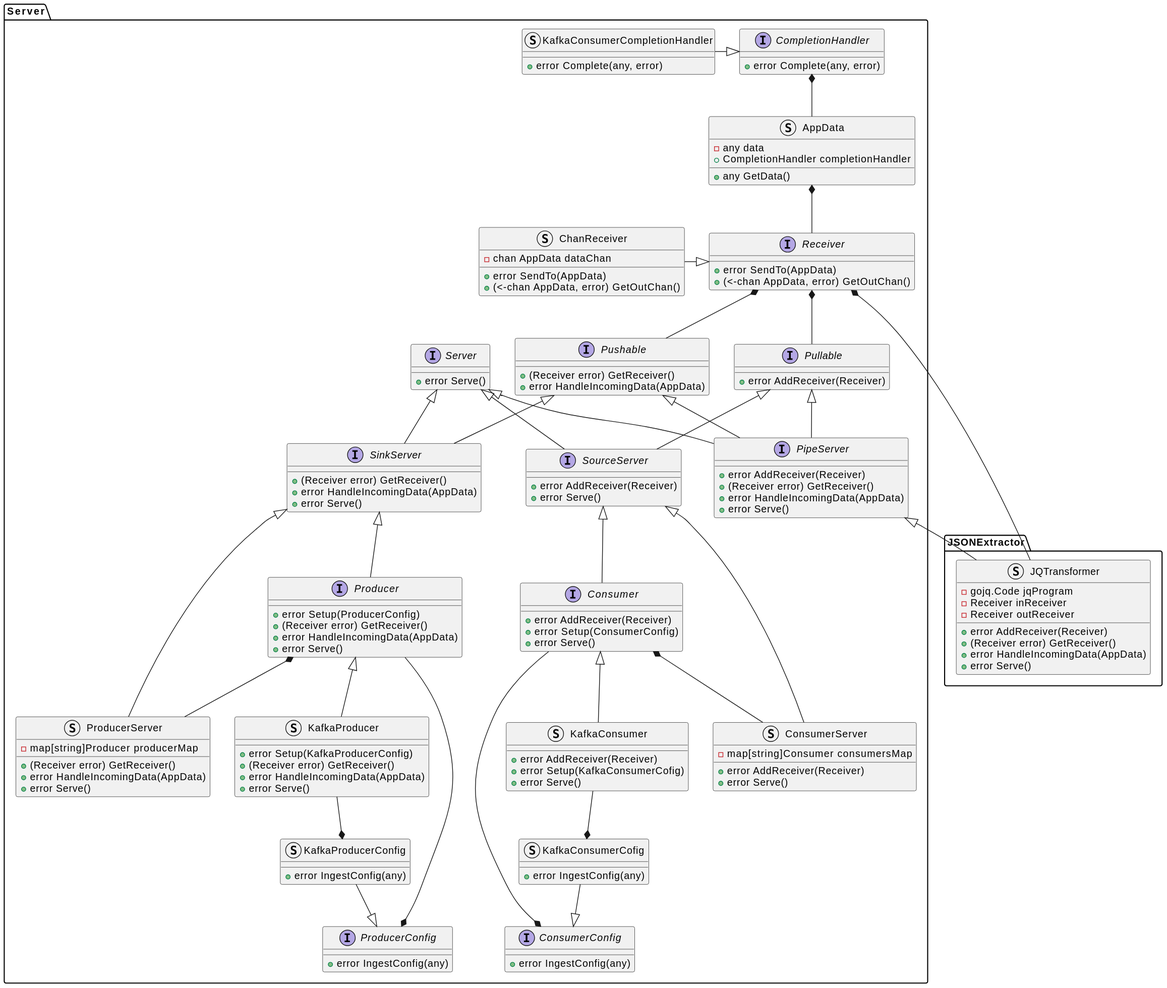
Before: docs/design_notes/DN1_JSON_Extractor/class_diagram.svg, a diagram exported from PlantUML (xtuml/otel2pv).
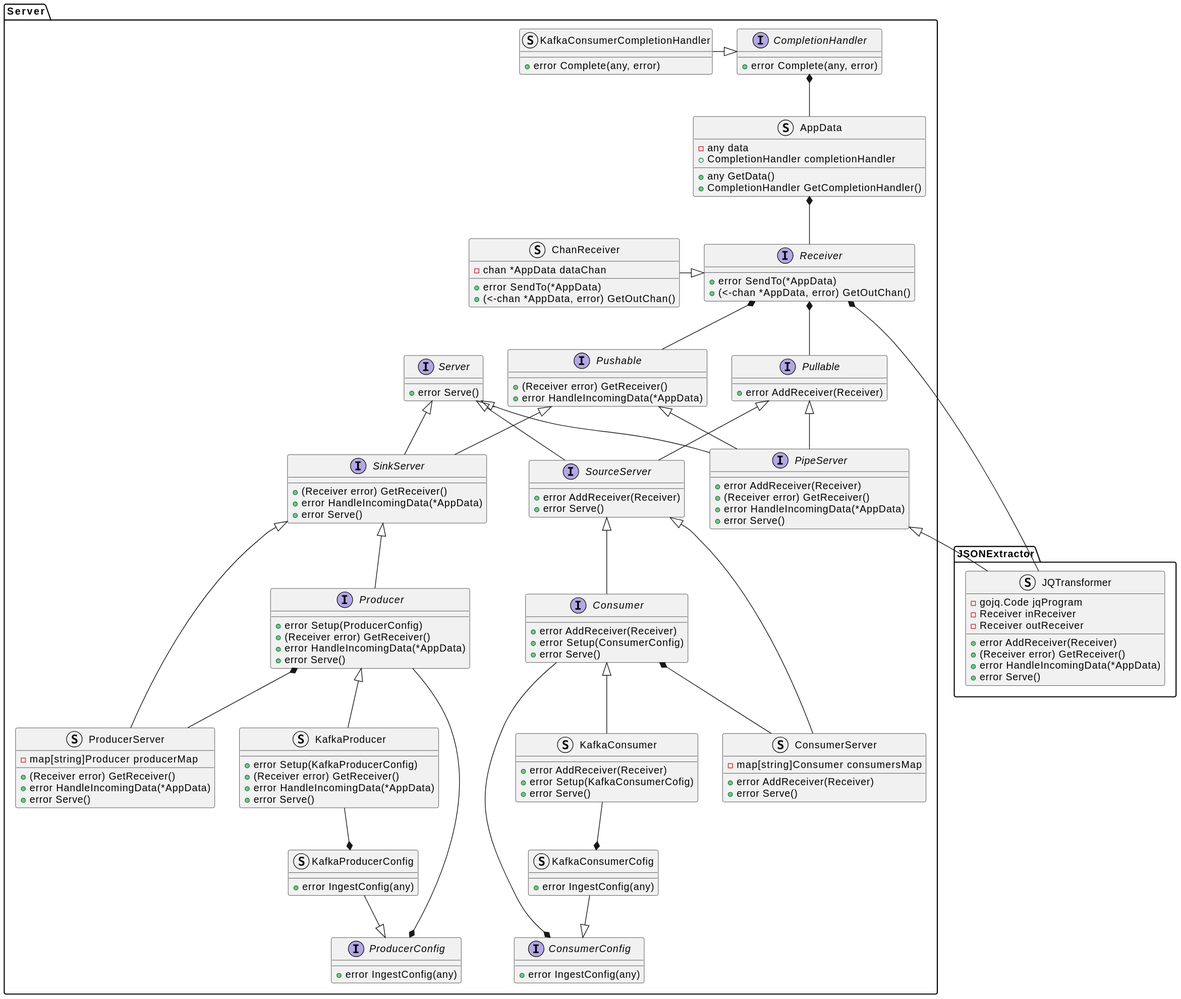
Above is the later version.

The edit, as a diff of the source:
```diff
@@ -6,7 +6,7 @@
         -Receiver outReceiver
         +error AddReceiver(Receiver)
         +(Receiver error) GetReceiver()
-        +error HandleIncomingData(AppData)
+        +error HandleIncomingData(*AppData)
         +error Serve()
     }
 }
@@ -21,15 +21,16 @@
         -any data
         +CompletionHandler completionHandler
         +any GetData()
+        +CompletionHandler GetCompletionHandler()
     }
     interface Receiver {
-        +error SendTo(AppData)
-        +(<-chan AppData, error) GetOutChan()
+        +error SendTo(*AppData)
+        +(<-chan *AppData, error) GetOutChan()
     }
     struct ChanReceiver {
-        -chan AppData dataChan
-        +error SendTo(AppData)
-        +(<-chan AppData, error) GetOutChan()
+        -chan *AppData dataChan
+        +error SendTo(*AppData)
+        +(<-chan *AppData, error) GetOutChan()
     }
     interface Server {
         +error Serve()
@@ -39,7 +40,7 @@
     }
     interface Pushable {
         +(Receiver error) GetReceiver()
-        +error HandleIncomingData(AppData)
+        +error HandleIncomingData(*AppData)
     }
     interface SourceServer {
         +error AddReceiver(Receiver)
@@ -47,19 +48,19 @@
     }
     interface SinkServer {
         +(Receiver error) GetReceiver()
-        +error HandleIncomingData(AppData)
+        +error HandleIncomingData(*AppData)
         +error Serve()
     }
     interface PipeServer {
         +error AddReceiver(Receiver)
         +(Receiver error) GetReceiver()
-        +error HandleIncomingData(AppData)
+        +error HandleIncomingData(*AppData)
         +error Serve()
     }
     interface Producer {
         +error Setup(ProducerConfig)
         +(Receiver error) GetReceiver()
-        +error HandleIncomingData(AppData)
+        +error HandleIncomingData(*AppData)
         +error Serve()
     }
     interface Consumer {
@@ -75,13 +76,13 @@
     struct KafkaProducer {
         +error Setup(KafkaProducerConfig)
         +(Receiver error) GetReceiver()
-        +error HandleIncomingData(AppData)
+        +error HandleIncomingData(*AppData)
         +error Serve()
     }
     struct ProducerServer {
         -map[string]Producer producerMap
         +(Receiver error) GetReceiver()
-        +error HandleIncomingData(AppData)
+        +error HandleIncomingData(*AppData)
         +error Serve()
     }
     struct ConsumerServer {
```
